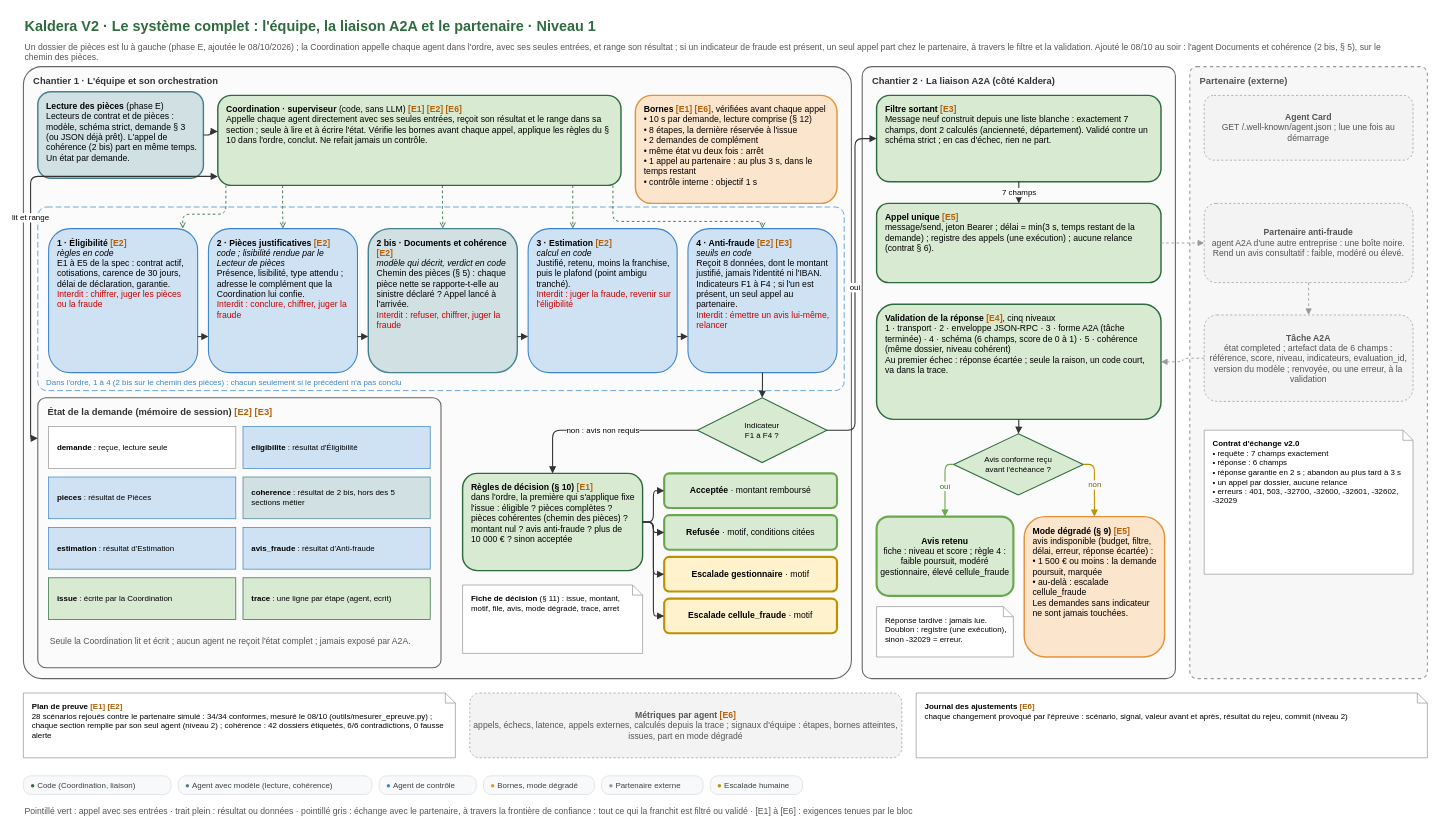
Before: conception/schemas/schema-N1-systeme-complet.drawio in Ganda15/kaldera-bout-en-bout_v2, a draw.io diagram. Source tidied: cells renumbered, new cells numbered last; positions are measured from the earlier drawing's top-left corner, leaving out a move shared by most shapes. Both pictures are drawn from the tidied source at 72%, with x=0, y=0 at pixel (23, 12).
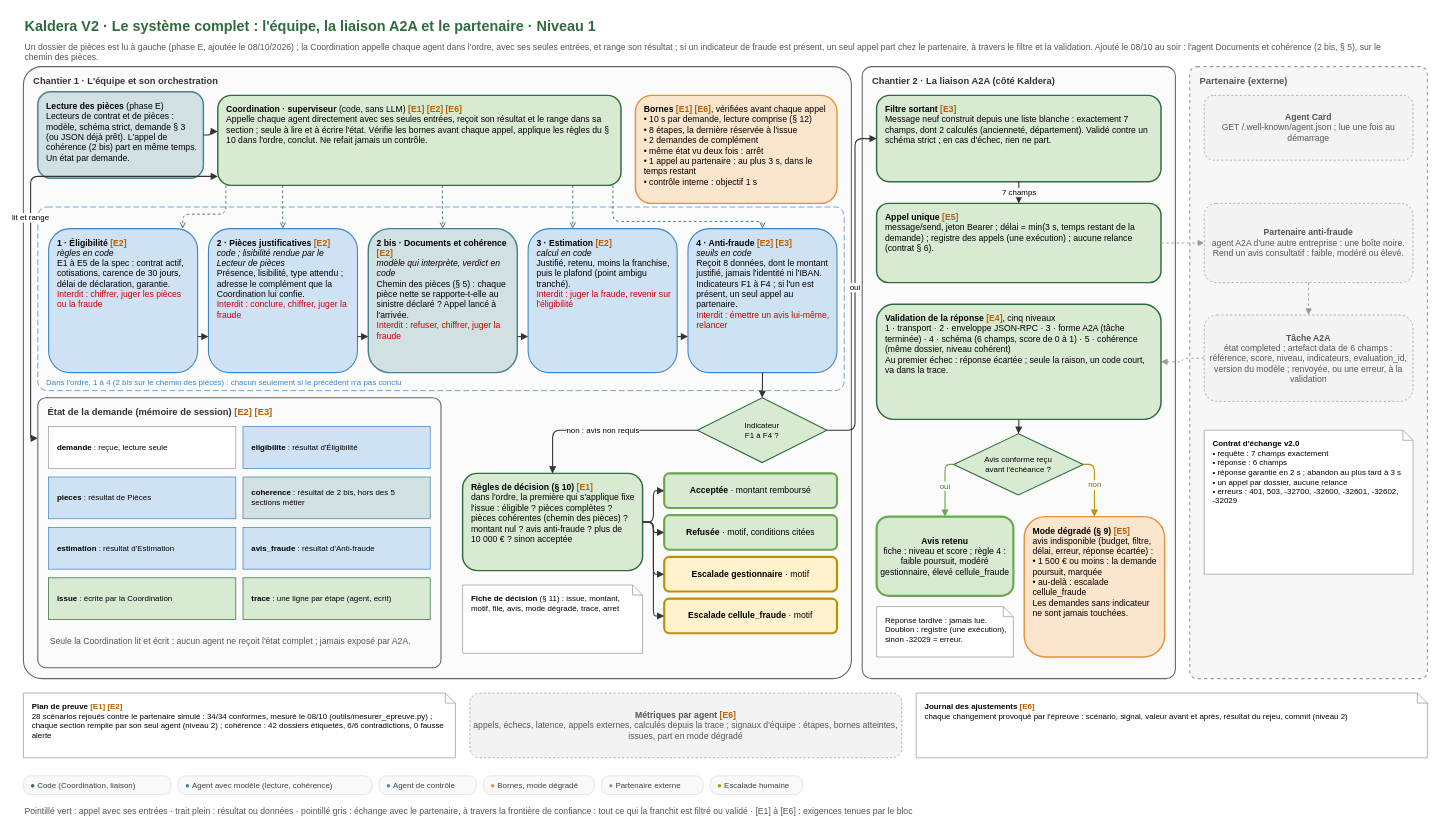
The same page after the edit.

Diff of the diagram source:
```diff
@@
-    <mxCell id="13" value="&lt;b&gt;2 bis · Documents et cohérence&lt;/b&gt; &lt;font color=&quot;#b45f06&quot;&gt;&lt;b&gt;[E2]&lt;/b&gt;&lt;/font&gt;&lt;br&gt;&lt;i&gt;modèle qui décrit, verdict en code&lt;/i&gt;&lt;br&gt;Chemin des pièces (§ 5) : chaque pièce nette se rapporte-t-elle au sinistre déclaré ? Appel lancé à l'arrivée.&lt;br&gt;&lt;font color=&quot;#cc0000&quot;&gt;Interdit : refuser, chiffrer, juger la fraude&lt;/font&gt;" style="whiteSpace=wrap;html=1;fontFamily=Arial;fontSize=12;align=left;spacingLeft=10;spacingRight=8;verticalAlign=top;spacingTop=6;rounded=1;fillColor=#d0e0e3;strokeColor=#45818e;strokeWidth=2;" parent="1" vertex="1">
+    <mxCell id="13" value="&lt;b&gt;2 bis · Documents et cohérence&lt;/b&gt; &lt;font color=&quot;#b45f06&quot;&gt;&lt;b&gt;[E2]&lt;/b&gt;&lt;/font&gt;&lt;br&gt;&lt;i&gt;modèle qui interprète, verdict en code&lt;/i&gt;&lt;br&gt;Chemin des pièces (§ 5) : chaque pièce nette se rapporte-t-elle au sinistre déclaré ? Appel lancé à l'arrivée.&lt;br&gt;&lt;font color=&quot;#cc0000&quot;&gt;Interdit : refuser, chiffrer, juger la fraude&lt;/font&gt;" style="whiteSpace=wrap;html=1;fontFamily=Arial;fontSize=12;align=left;spacingLeft=10;spacingRight=8;verticalAlign=top;spacingTop=6;rounded=1;fillColor=#d0e0e3;strokeColor=#45818e;strokeWidth=2;" parent="1" vertex="1">
       <mxGeometry x="479" y="300" width="207" height="200" as="geometry" />
     </mxCell>
```
